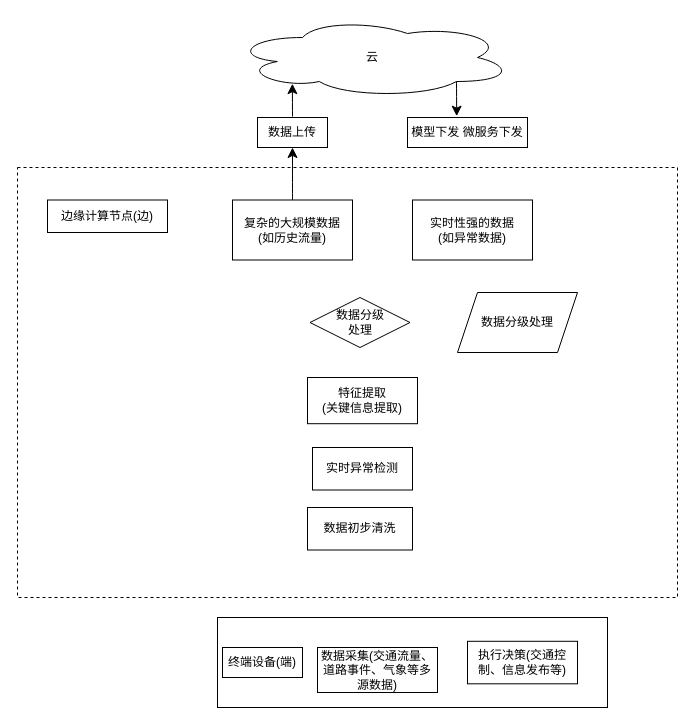
lpy817/-AI- keeps this draw.io diagram as 云边协同.drawio. Above is the earlier version. Source tidied: cells renumbered, new cells numbered last; positions are measured from the earlier drawing's top-left corner, leaving out a move shared by most shapes. Both pictures are drawn from the tidied source at 100%, with x=0, y=0 at pixel (17, 17).
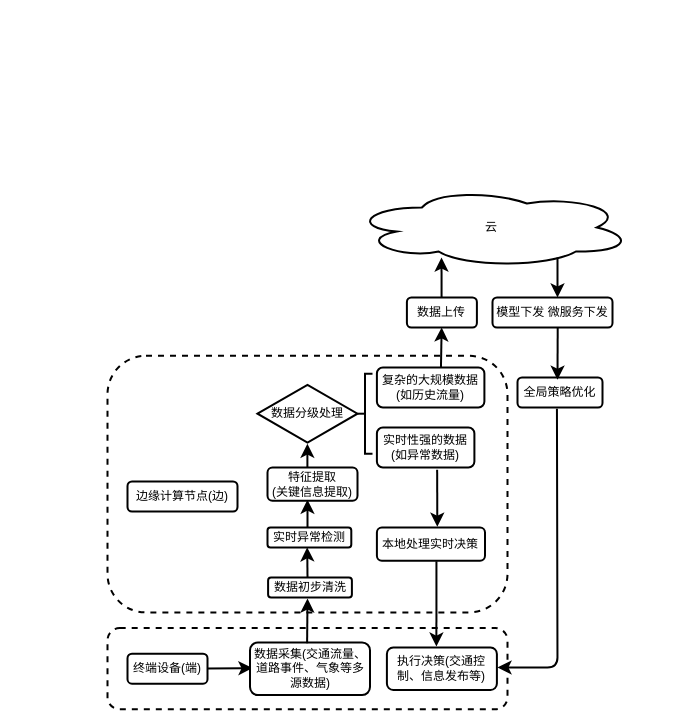
The same diagram, later.

Commit message:
更新云边协同.drawio

Change to the diagram source:
```diff
@@
-    <mxCell id="2" value="云" style="ellipse;shape=cloud;whiteSpace=wrap;html=1;" parent="1" vertex="1">
-      <mxGeometry x="215" width="280" height="80" as="geometry" />
+    <mxCell id="2" value="云" style="ellipse;shape=cloud;whiteSpace=wrap;html=1;rounded=1;strokeWidth=2;" parent="1" vertex="1">
+      <mxGeometry x="334.4" y="170" width="280" height="80" as="geometry" />
     </mxCell>
-    <mxCell id="3" style="rounded=0;whiteSpace=wrap;html=1;dashed=1;fillColor=none;" parent="1" vertex="1">
-      <mxGeometry y="150" width="660" height="430" as="geometry" />
-    </mxCell>
-    <mxCell id="4" value="边缘计算节点(边)" style="rounded=0;whiteSpace=wrap;html=1;" parent="1" vertex="1">
-      <mxGeometry x="30" y="182.5" width="120" height="32.5" as="geometry" />
+    <mxCell id="4" value="边缘计算节点(边)" style="rounded=1;whiteSpace=wrap;html=1;strokeWidth=2;" parent="1" vertex="1">
+      <mxGeometry x="110" y="464" width="110" height="30" as="geometry" />
     </mxCell>
-    <mxCell id="5" style="edgeStyle=none;curved=1;rounded=0;orthogonalLoop=1;jettySize=auto;html=1;fontSize=12;startSize=8;endSize=8;entryX=0.213;entryY=0.827;entryDx=0;entryDy=0;entryPerimeter=0;" parent="1" edge="1">
+    <mxCell id="5" style="edgeStyle=none;curved=1;rounded=1;orthogonalLoop=1;jettySize=auto;html=1;fontSize=12;startSize=8;endSize=8;strokeWidth=2;" parent="1" edge="1">
       <mxGeometry relative="1" as="geometry">
-        <mxPoint x="275" y="99" as="sourcePoint" />
-        <mxPoint x="274.9" y="66.2" as="targetPoint" />
+        <mxPoint x="424.1" y="280" as="sourcePoint" />
+        <mxPoint x="424" y="240" as="targetPoint" />
       </mxGeometry>
     </mxCell>
-    <mxCell id="6" value="数据上传" style="rounded=0;whiteSpace=wrap;html=1;" parent="1" vertex="1">
-      <mxGeometry x="240" y="100" width="70" height="30" as="geometry" />
+    <mxCell id="6" value="数据上传" style="rounded=1;whiteSpace=wrap;html=1;strokeWidth=2;" parent="1" vertex="1">
+      <mxGeometry x="389.4" y="280" width="70" height="30" as="geometry" />
     </mxCell>
-    <mxCell id="7" value="模型下发 微服务下发" style="whiteSpace=wrap;html=1;" parent="1" vertex="1">
-      <mxGeometry x="390" y="100" width="120" height="30" as="geometry" />
+    <mxCell id="7" value="模型下发 微服务下发" style="whiteSpace=wrap;html=1;rounded=1;strokeWidth=2;" parent="1" vertex="1">
+      <mxGeometry x="475" y="280" width="120" height="30" as="geometry" />
     </mxCell>
-    <mxCell id="8" style="rounded=0;whiteSpace=wrap;html=1;fillColor=none;" parent="1" vertex="1">
-      <mxGeometry x="200" y="600" width="390" height="90" as="geometry" />
+    <mxCell id="8" style="rounded=1;whiteSpace=wrap;html=1;fillColor=none;dashed=1;strokeWidth=2;" parent="1" vertex="1">
+      <mxGeometry x="90" y="610.6" width="400" height="81.2" as="geometry" />
     </mxCell>
+    <mxCell id="21" style="edgeStyle=none;curved=1;rounded=1;orthogonalLoop=1;jettySize=auto;html=1;fontSize=12;startSize=8;endSize=8;strokeWidth=2;" parent="1" edge="1">
+      <mxGeometry relative="1" as="geometry">
+        <mxPoint x="190" y="651" as="sourcePoint" />
+        <mxPoint x="235" y="650.6" as="targetPoint" />
+      </mxGeometry>
+    </mxCell>
-    <mxCell id="9" value="终端设备(端)" style="rounded=0;whiteSpace=wrap;html=1;" parent="1" vertex="1">
-      <mxGeometry x="205" y="630" width="80" height="30" as="geometry" />
+    <mxCell id="9" value="终端设备(端)" style="rounded=1;whiteSpace=wrap;html=1;strokeWidth=2;" parent="1" vertex="1">
+      <mxGeometry x="110" y="636.2" width="80" height="30" as="geometry" />
     </mxCell>
-    <mxCell id="10" value="数据采集(交通流量、道路事件、气象等多源数据)" style="rounded=0;whiteSpace=wrap;html=1;" parent="1" vertex="1">
-      <mxGeometry x="300" y="630" width="120" height="45" as="geometry" />
+    <mxCell id="10" value="数据采集(交通流量、道路事件、气象等多源数据)" style="rounded=1;whiteSpace=wrap;html=1;strokeWidth=2;" parent="1" vertex="1">
+      <mxGeometry x="232.5" y="625" width="120" height="52.5" as="geometry" />
     </mxCell>
-    <mxCell id="11" value="执行决策(交通控制、信息发布等)" style="rounded=0;whiteSpace=wrap;html=1;" parent="1" vertex="1">
-      <mxGeometry x="450" y="623.8" width="110" height="42.5" as="geometry" />
+    <mxCell id="11" value="执行决策(交通控制、信息发布等)" style="rounded=1;whiteSpace=wrap;html=1;strokeWidth=2;" parent="1" vertex="1">
+      <mxGeometry x="369.4" y="630" width="110" height="42.5" as="geometry" />
     </mxCell>
-    <mxCell id="12" value="数据初步清洗" style="rounded=0;whiteSpace=wrap;html=1;" parent="1" vertex="1">
-      <mxGeometry x="290" y="490" width="105" height="42.5" as="geometry" />
+    <mxCell id="12" value="数据初步清洗" style="rounded=1;whiteSpace=wrap;html=1;strokeWidth=2;" parent="1" vertex="1">
+      <mxGeometry x="250.6" y="560" width="83.8" height="20" as="geometry" />
     </mxCell>
-    <mxCell id="13" value="实时异常检测" style="rounded=0;whiteSpace=wrap;html=1;" parent="1" vertex="1">
-      <mxGeometry x="295" y="430" width="100" height="42.5" as="geometry" />
+    <mxCell id="13" value="实时异常检测" style="rounded=1;whiteSpace=wrap;html=1;strokeWidth=2;" parent="1" vertex="1">
+      <mxGeometry x="250" y="510" width="83.8" height="20" as="geometry" />
     </mxCell>
+    <mxCell id="22" style="edgeStyle=none;curved=1;rounded=1;orthogonalLoop=1;jettySize=auto;html=1;fontSize=12;startSize=8;endSize=8;strokeWidth=2;" parent="1" edge="1">
+      <mxGeometry relative="1" as="geometry">
+        <mxPoint x="289.9" y="450" as="sourcePoint" />
+        <mxPoint x="289.9" y="426.2" as="targetPoint" />
+      </mxGeometry>
+    </mxCell>
-    <mxCell id="14" value="特征提取&lt;div&gt;(关键信息提取)&lt;/div&gt;" style="rounded=0;whiteSpace=wrap;html=1;" parent="1" vertex="1">
-      <mxGeometry x="290" y="360" width="110" height="46.2" as="geometry" />
+    <mxCell id="14" value="特征提取&lt;div&gt;(关键信息提取)&lt;/div&gt;" style="rounded=1;whiteSpace=wrap;html=1;strokeWidth=2;" parent="1" vertex="1">
+      <mxGeometry x="250" y="450" width="90" height="33.2" as="geometry" />
     </mxCell>
-    <mxCell id="15" value="数据分级&lt;div&gt;处理&lt;/div&gt;" style="rhombus;whiteSpace=wrap;html=1;" parent="1" vertex="1">
-      <mxGeometry x="292.5" y="280" width="100" height="50" as="geometry" />
-    </mxCell>
+    <mxCell id="23" style="edgeStyle=none;curved=1;rounded=1;jettySize=auto;html=1;fontSize=12;startSize=8;endSize=8;exitX=0.618;exitY=1.057;exitDx=0;exitDy=0;exitPerimeter=0;strokeWidth=2;entryX=0.559;entryY=-0.024;entryDx=0;entryDy=0;entryPerimeter=0;" parent="1" edge="1" source="16" target="29">
+      <mxGeometry relative="1" as="geometry" />
+    </mxCell>
-    <mxCell id="16" value="实时性强的数据&lt;div&gt;(如异常数据)&lt;/div&gt;" style="rounded=0;whiteSpace=wrap;html=1;" parent="1" vertex="1">
-      <mxGeometry x="395" y="182.5" width="120" height="60" as="geometry" />
+    <mxCell id="16" value="实时性强的数据&lt;div&gt;(如异常数据)&lt;/div&gt;" style="rounded=1;whiteSpace=wrap;html=1;strokeWidth=2;" parent="1" vertex="1">
+      <mxGeometry x="359.4" y="410" width="97.5" height="40" as="geometry" />
     </mxCell>
-    <mxCell id="17" style="edgeStyle=none;curved=1;rounded=0;jettySize=auto;html=1;fontSize=12;startSize=8;endSize=8;" parent="1" edge="1" source="18" target="6">
+    <mxCell id="17" style="edgeStyle=none;curved=1;rounded=1;jettySize=auto;html=1;fontSize=12;startSize=8;endSize=8;strokeWidth=2;exitX=0.596;exitY=-0.01;exitDx=0;exitDy=0;exitPerimeter=0;" parent="1" edge="1" source="18" target="6">
       <mxGeometry relative="1" as="geometry" />
     </mxCell>
-    <mxCell id="18" value="复杂的大规模数据&lt;div&gt;(如历史流量)&lt;/div&gt;" style="rounded=0;whiteSpace=wrap;html=1;" parent="1" vertex="1">
-      <mxGeometry x="215" y="182.5" width="120" height="60" as="geometry" />
+    <mxCell id="18" value="复杂的大规模数据&lt;div&gt;(如历史流量)&lt;/div&gt;" style="rounded=1;whiteSpace=wrap;html=1;strokeWidth=2;" parent="1" vertex="1">
+      <mxGeometry x="359.4" y="350" width="107.5" height="40" as="geometry" />
     </mxCell>
-    <mxCell id="19" style="endArrow=classic;html=1;rounded=0;fontSize=12;startSize=8;endSize=8;curved=1;exitX=0.8;exitY=0.8;exitDx=0;exitDy=0;exitPerimeter=0;entryX=0.41;entryY=-0.045;entryDx=0;entryDy=0;entryPerimeter=0;" parent="1" edge="1" source="2" target="7">
-      <mxGeometry relative="1" as="geometry" />
+    <mxCell id="19" style="endArrow=classic;html=1;rounded=1;fontSize=12;startSize=8;endSize=8;curved=1;strokeWidth=2;" parent="1" edge="1">
+      <mxGeometry relative="1" as="geometry">
+        <mxPoint x="540" y="240" as="sourcePoint" />
+        <mxPoint x="540" y="280" as="targetPoint" />
+      </mxGeometry>
     </mxCell>
-    <mxCell id="20" value="数据分级处理" style="shape=parallelogram;perimeter=parallelogramPerimeter;whiteSpace=wrap;html=1;fixedSize=1;" parent="1" vertex="1">
-      <mxGeometry x="440" y="275" width="120" height="60" as="geometry" />
+    <mxCell id="20" value="数据分级处理" style="html=1;whiteSpace=wrap;shape=isoRectangle;rounded=1;strokeWidth=2;" parent="1" vertex="1">
+      <mxGeometry x="240" y="366.2" width="100" height="60" as="geometry" />
     </mxCell>
+    <mxCell id="24" style="strokeWidth=2;html=1;shape=mxgraph.flowchart.annotation_2;align=left;labelPosition=right;rounded=1;" parent="1" vertex="1">
+      <mxGeometry x="340" y="356.2" width="15" height="80" as="geometry" />
+    </mxCell>
+    <mxCell id="25" style="endArrow=classic;html=1;rounded=1;fontSize=12;startSize=8;endSize=8;curved=1;exitX=0.476;exitY=0.016;exitDx=0;exitDy=0;exitPerimeter=0;strokeWidth=2;" parent="1" edge="1" source="10">
+      <mxGeometry relative="1" as="geometry">
+        <mxPoint x="290" y="581" as="targetPoint" />
+      </mxGeometry>
+    </mxCell>
+    <mxCell id="26" style="endArrow=classic;html=1;rounded=1;fontSize=12;startSize=8;endSize=8;curved=1;entryX=0.474;entryY=0.993;entryDx=0;entryDy=0;entryPerimeter=0;strokeWidth=2;" parent="1" edge="1" target="13">
+      <mxGeometry relative="1" as="geometry">
+        <mxPoint x="290" y="560" as="sourcePoint" />
+      </mxGeometry>
+    </mxCell>
+    <mxCell id="27" style="endArrow=classic;html=1;rounded=1;fontSize=12;startSize=8;endSize=8;curved=1;entryX=0.444;entryY=0.969;entryDx=0;entryDy=0;entryPerimeter=0;strokeWidth=2;" parent="1" edge="1" target="14">
+      <mxGeometry relative="1" as="geometry">
+        <mxPoint x="290" y="510" as="sourcePoint" />
+      </mxGeometry>
+    </mxCell>
+    <mxCell id="28" style="edgeStyle=none;curved=1;rounded=1;jettySize=auto;html=1;fontSize=12;startSize=8;endSize=8;entryX=0.45;entryY=-0.023;entryDx=0;entryDy=0;exitX=0.551;exitY=1.015;exitDx=0;exitDy=0;exitPerimeter=0;strokeWidth=2;entryPerimeter=0;" parent="1" edge="1" source="29" target="11">
+      <mxGeometry relative="1" as="geometry" />
+    </mxCell>
+    <mxCell id="29" value="本地处理实时决策" style="rounded=1;whiteSpace=wrap;html=1;strokeWidth=2;" parent="1" vertex="1">
+      <mxGeometry x="359.4" y="510" width="108.1" height="33.2" as="geometry" />
+    </mxCell>
+    <mxCell id="30" value="全局策略优化" style="rounded=1;whiteSpace=wrap;html=1;strokeWidth=2;" parent="1" vertex="1">
+      <mxGeometry x="500" y="360" width="85" height="30" as="geometry" />
+    </mxCell>
+    <mxCell id="31" style="endArrow=classic;html=1;rounded=1;fontSize=12;startSize=8;endSize=8;curved=1;entryX=0.398;entryY=0.075;entryDx=0;entryDy=0;entryPerimeter=0;strokeWidth=2;" parent="1" edge="1">
+      <mxGeometry relative="1" as="geometry">
+        <mxPoint x="540.2" y="310" as="sourcePoint" />
+        <mxPoint x="540" y="362.2" as="targetPoint" />
+      </mxGeometry>
+    </mxCell>
+    <mxCell id="32" style="rounded=1;whiteSpace=wrap;html=1;fillColor=none;dashed=1;strokeWidth=2;" parent="1" vertex="1">
+      <mxGeometry x="90" y="338.3" width="400" height="256.6" as="geometry" />
+    </mxCell>
+    <mxCell id="33" style="edgeStyle=none;curved=1;rounded=1;orthogonalLoop=1;jettySize=auto;html=1;exitX=0.5;exitY=0;exitDx=0;exitDy=0;fontSize=12;startSize=8;endSize=8;strokeWidth=2;" parent="1" edge="1" source="4" target="4">
+      <mxGeometry relative="1" as="geometry" />
+    </mxCell>
+    <mxCell id="34" style="endArrow=classic;html=1;rounded=1;fontSize=12;startSize=8;endSize=8;curved=0;exitX=0.464;exitY=1.038;exitDx=0;exitDy=0;exitPerimeter=0;strokeWidth=2;" parent="1" edge="1" source="30">
+      <mxGeometry relative="1" as="geometry">
+        <mxPoint x="480" y="650" as="targetPoint" />
+        <Array as="points">
+          <mxPoint x="540" y="650" />
+        </Array>
+      </mxGeometry>
+    </mxCell>
```
